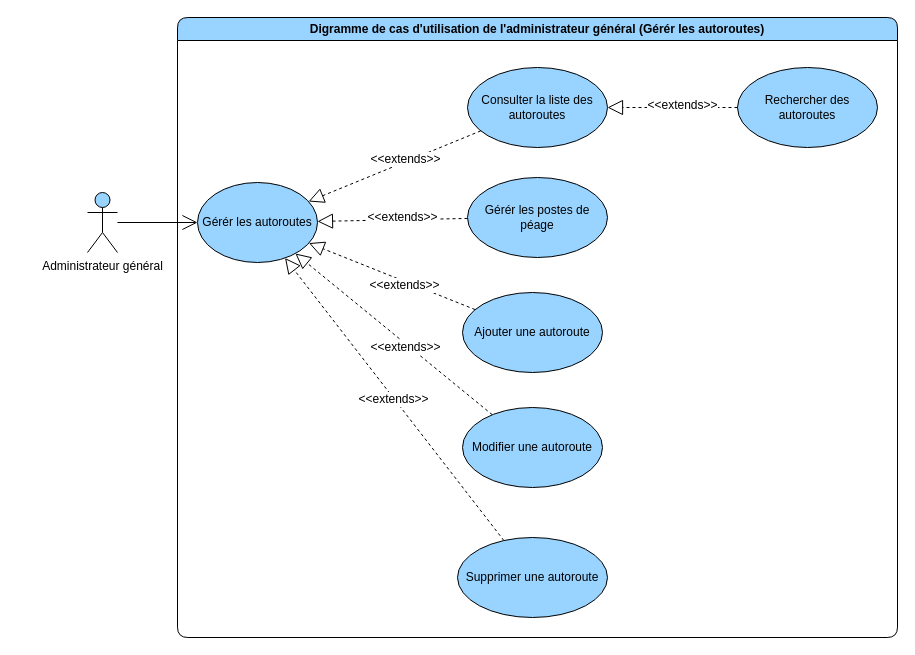
devlotfi/peage-pay keeps this draw.io diagram as page "gerer les autoroutes" (2 of 6) of diagrams/use-case/administrateur-general.drawio. Above is the earlier version. Source tidied: cells renumbered, new cells numbered last; positions are measured from the earlier drawing's top-left corner, leaving out a move shared by most shapes. Both pictures are drawn from the tidied source at 100%, with x=0, y=0 at pixel (87, 17).
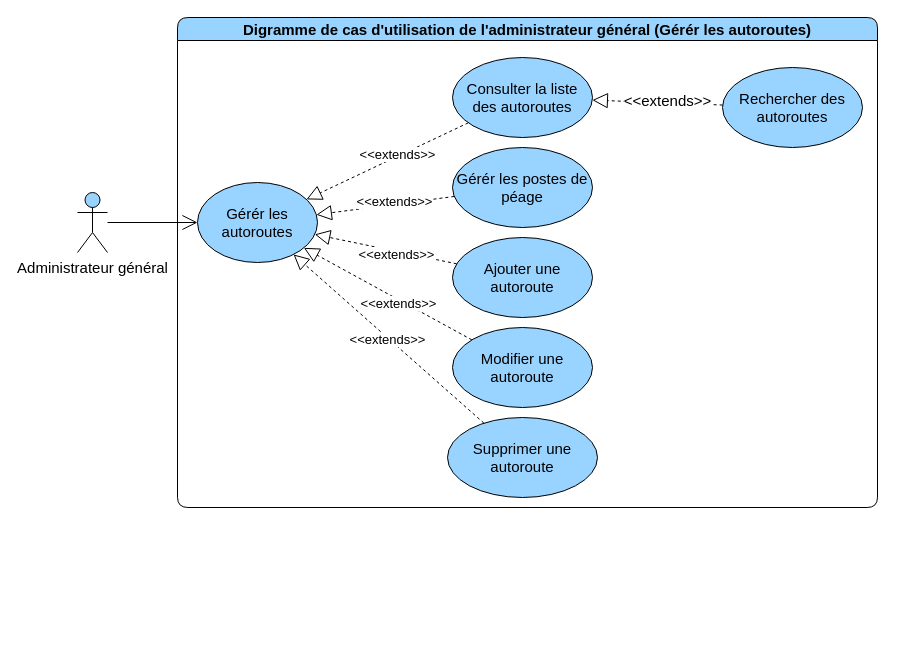
The same page after the edit.

Diff of the diagram source:
```diff
@@
-    <mxCell id="2" value="Digramme de cas d'utilisation de l'administrateur général (Gérér les autoroutes)" style="swimlane;whiteSpace=wrap;html=1;rounded=1;fillColor=#99D3FF;" parent="1" vertex="1">
-      <mxGeometry x="90" width="720" height="620" as="geometry" />
+    <mxCell id="2" value="Digramme de cas d'utilisation de l'administrateur général (Gérér les autoroutes)" style="swimlane;whiteSpace=wrap;html=1;rounded=1;fillColor=#99D3FF;fontSize=15;" parent="1" vertex="1">
+      <mxGeometry x="90" width="700" height="490" as="geometry" />
     </mxCell>
-    <mxCell id="3" value="Gérér les autoroutes" style="ellipse;whiteSpace=wrap;html=1;strokeColor=default;align=center;verticalAlign=middle;fontFamily=Helvetica;fontSize=12;fontColor=default;fillColor=#99D3FF;" parent="2" vertex="1">
+    <mxCell id="3" value="Gérér les autoroutes" style="ellipse;whiteSpace=wrap;html=1;strokeColor=default;align=center;verticalAlign=middle;fontFamily=Helvetica;fontSize=15;fontColor=default;fillColor=#99D3FF;" parent="2" vertex="1">
       <mxGeometry x="20" y="165" width="120" height="80" as="geometry" />
     </mxCell>
-    <mxCell id="4" style="edgeStyle=none;rounded=0;jettySize=auto;html=1;dashed=1;strokeColor=default;align=center;verticalAlign=middle;fontFamily=Helvetica;fontSize=12;fontColor=default;labelBackgroundColor=default;startSize=6;endArrow=block;endFill=0;endSize=13;" parent="2" edge="1" source="6" target="3">
+    <mxCell id="4" style="edgeStyle=none;rounded=0;jettySize=auto;html=1;dashed=1;strokeColor=default;align=center;verticalAlign=middle;fontFamily=Helvetica;fontSize=15;fontColor=default;labelBackgroundColor=default;startSize=6;endArrow=block;endFill=0;endSize=13;" parent="2" edge="1" source="6" target="3">
       <mxGeometry relative="1" as="geometry" />
     </mxCell>
-    <mxCell id="5" value="&amp;lt;&amp;lt;extends&amp;gt;&amp;gt;" style="edgeLabel;html=1;align=center;verticalAlign=middle;strokeColor=default;fontFamily=Helvetica;fontSize=12;fontColor=default;labelBackgroundColor=default;fillColor=#99D3FF;" parent="4" vertex="1">
+    <mxCell id="5" value="&amp;lt;&amp;lt;extends&amp;gt;&amp;gt;" style="edgeLabel;html=1;align=center;verticalAlign=middle;strokeColor=default;fontFamily=Helvetica;fontSize=13;fontColor=default;labelBackgroundColor=default;fillColor=#99D3FF;" parent="4" vertex="1">
       <mxGeometry x="-0.16" y="3" relative="1" as="geometry" />
     </mxCell>
-    <mxCell id="6" value="Ajouter une autoroute" style="ellipse;whiteSpace=wrap;html=1;strokeColor=default;align=center;verticalAlign=middle;fontFamily=Helvetica;fontSize=12;fontColor=default;fillColor=#99D3FF;" parent="2" vertex="1">
-      <mxGeometry x="285" y="275" width="140" height="80" as="geometry" />
+    <mxCell id="6" value="Ajouter une autoroute" style="ellipse;whiteSpace=wrap;html=1;strokeColor=default;align=center;verticalAlign=middle;fontFamily=Helvetica;fontSize=15;fontColor=default;fillColor=#99D3FF;" parent="2" vertex="1">
+      <mxGeometry x="275" y="220" width="140" height="80" as="geometry" />
     </mxCell>
-    <mxCell id="7" style="edgeStyle=none;rounded=0;jettySize=auto;html=1;dashed=1;strokeColor=default;align=center;verticalAlign=middle;fontFamily=Helvetica;fontSize=12;fontColor=default;labelBackgroundColor=default;startSize=6;endArrow=block;endFill=0;endSize=13;" parent="2" edge="1" source="9" target="3">
+    <mxCell id="7" style="edgeStyle=none;rounded=0;jettySize=auto;html=1;dashed=1;strokeColor=default;align=center;verticalAlign=middle;fontFamily=Helvetica;fontSize=15;fontColor=default;labelBackgroundColor=default;startSize=6;endArrow=block;endFill=0;endSize=13;" parent="2" edge="1" source="9" target="3">
       <mxGeometry relative="1" as="geometry" />
     </mxCell>
-    <mxCell id="8" value="&amp;lt;&amp;lt;extends&amp;gt;&amp;gt;" style="edgeLabel;html=1;align=center;verticalAlign=middle;strokeColor=default;fontFamily=Helvetica;fontSize=12;fontColor=default;labelBackgroundColor=default;fillColor=#99D3FF;" parent="7" vertex="1">
+    <mxCell id="8" value="&amp;lt;&amp;lt;extends&amp;gt;&amp;gt;" style="edgeLabel;html=1;align=center;verticalAlign=middle;strokeColor=default;fontFamily=Helvetica;fontSize=13;fontColor=default;labelBackgroundColor=default;fillColor=#99D3FF;" parent="7" vertex="1">
       <mxGeometry x="-0.13" y="3" relative="1" as="geometry" />
     </mxCell>
-    <mxCell id="9" value="Modifier une autoroute" style="ellipse;whiteSpace=wrap;html=1;strokeColor=default;align=center;verticalAlign=middle;fontFamily=Helvetica;fontSize=12;fontColor=default;fillColor=#99D3FF;" parent="2" vertex="1">
-      <mxGeometry x="285" y="390" width="140" height="80" as="geometry" />
+    <mxCell id="9" value="Modifier une autoroute" style="ellipse;whiteSpace=wrap;html=1;strokeColor=default;align=center;verticalAlign=middle;fontFamily=Helvetica;fontSize=15;fontColor=default;fillColor=#99D3FF;" parent="2" vertex="1">
+      <mxGeometry x="275" y="310" width="140" height="80" as="geometry" />
     </mxCell>
-    <mxCell id="10" style="edgeStyle=none;rounded=0;jettySize=auto;html=1;dashed=1;strokeColor=default;align=center;verticalAlign=middle;fontFamily=Helvetica;fontSize=12;fontColor=default;labelBackgroundColor=default;startSize=6;endArrow=block;endFill=0;endSize=13;" parent="2" edge="1" source="12" target="3">
+    <mxCell id="10" style="edgeStyle=none;rounded=0;jettySize=auto;html=1;dashed=1;strokeColor=default;align=center;verticalAlign=middle;fontFamily=Helvetica;fontSize=15;fontColor=default;labelBackgroundColor=default;startSize=6;endArrow=block;endFill=0;endSize=13;" parent="2" edge="1" source="12" target="3">
       <mxGeometry relative="1" as="geometry" />
     </mxCell>
-    <mxCell id="11" value="&amp;lt;&amp;lt;extends&amp;gt;&amp;gt;" style="edgeLabel;html=1;align=center;verticalAlign=middle;strokeColor=default;fontFamily=Helvetica;fontSize=12;fontColor=default;labelBackgroundColor=default;fillColor=#99D3FF;" parent="10" vertex="1">
+    <mxCell id="11" value="&amp;lt;&amp;lt;extends&amp;gt;&amp;gt;" style="edgeLabel;html=1;align=center;verticalAlign=middle;strokeColor=default;fontFamily=Helvetica;fontSize=13;fontColor=default;labelBackgroundColor=default;fillColor=#99D3FF;" parent="10" vertex="1">
       <mxGeometry x="0.01" y="1" relative="1" as="geometry" />
     </mxCell>
-    <mxCell id="12" value="Supprimer une autoroute" style="ellipse;whiteSpace=wrap;html=1;strokeColor=default;align=center;verticalAlign=middle;fontFamily=Helvetica;fontSize=12;fontColor=default;fillColor=#99D3FF;" parent="2" vertex="1">
-      <mxGeometry x="280" y="520" width="150" height="80" as="geometry" />
+    <mxCell id="12" value="Supprimer une autoroute" style="ellipse;whiteSpace=wrap;html=1;strokeColor=default;align=center;verticalAlign=middle;fontFamily=Helvetica;fontSize=15;fontColor=default;fillColor=#99D3FF;" parent="2" vertex="1">
+      <mxGeometry x="270" y="400" width="150" height="80" as="geometry" />
     </mxCell>
-    <mxCell id="13" style="edgeStyle=none;rounded=0;jettySize=auto;html=1;dashed=1;strokeColor=default;align=center;verticalAlign=middle;fontFamily=Helvetica;fontSize=12;fontColor=default;labelBackgroundColor=default;startSize=6;endArrow=block;endFill=0;endSize=13;" parent="2" edge="1" source="15" target="3">
+    <mxCell id="13" style="edgeStyle=none;rounded=0;jettySize=auto;html=1;dashed=1;strokeColor=default;align=center;verticalAlign=middle;fontFamily=Helvetica;fontSize=15;fontColor=default;labelBackgroundColor=default;startSize=6;endArrow=block;endFill=0;endSize=13;" parent="2" edge="1" source="15" target="3">
       <mxGeometry relative="1" as="geometry" />
     </mxCell>
-    <mxCell id="14" value="&amp;lt;&amp;lt;extends&amp;gt;&amp;gt;" style="edgeLabel;html=1;align=center;verticalAlign=middle;strokeColor=default;fontFamily=Helvetica;fontSize=12;fontColor=default;labelBackgroundColor=default;fillColor=#99D3FF;" parent="13" vertex="1">
+    <mxCell id="14" value="&amp;lt;&amp;lt;extends&amp;gt;&amp;gt;" style="edgeLabel;html=1;align=center;verticalAlign=middle;strokeColor=default;fontFamily=Helvetica;fontSize=13;fontColor=default;labelBackgroundColor=default;fillColor=#99D3FF;" parent="13" vertex="1">
       <mxGeometry x="-0.12" y="-3" relative="1" as="geometry">
         <mxPoint x="1" as="offset" />
       </mxGeometry>
     </mxCell>
-    <mxCell id="15" value="Consulter la liste des autoroutes" style="ellipse;whiteSpace=wrap;html=1;strokeColor=default;align=center;verticalAlign=middle;fontFamily=Helvetica;fontSize=12;fontColor=default;fillColor=#99D3FF;" parent="2" vertex="1">
-      <mxGeometry x="290" y="50" width="140" height="80" as="geometry" />
+    <mxCell id="15" value="Consulter la liste des autoroutes" style="ellipse;whiteSpace=wrap;html=1;strokeColor=default;align=center;verticalAlign=middle;fontFamily=Helvetica;fontSize=15;fontColor=default;fillColor=#99D3FF;" parent="2" vertex="1">
+      <mxGeometry x="275" y="40" width="140" height="80" as="geometry" />
     </mxCell>
-    <mxCell id="16" value="Rechercher des autoroutes" style="ellipse;whiteSpace=wrap;html=1;strokeColor=default;align=center;verticalAlign=middle;fontFamily=Helvetica;fontSize=12;fontColor=default;fillColor=#99D3FF;" parent="2" vertex="1">
-      <mxGeometry x="560" y="50" width="140" height="80" as="geometry" />
+    <mxCell id="16" value="Rechercher des autoroutes" style="ellipse;whiteSpace=wrap;html=1;strokeColor=default;align=center;verticalAlign=middle;fontFamily=Helvetica;fontSize=15;fontColor=default;fillColor=#99D3FF;" parent="2" vertex="1">
+      <mxGeometry x="545" y="50" width="140" height="80" as="geometry" />
     </mxCell>
-    <mxCell id="17" style="edgeStyle=none;rounded=0;jettySize=auto;html=1;dashed=1;strokeColor=default;align=center;verticalAlign=middle;fontFamily=Helvetica;fontSize=12;fontColor=default;labelBackgroundColor=default;startSize=6;endArrow=block;endFill=0;endSize=13;" parent="2" edge="1" source="16" target="15">
+    <mxCell id="17" style="edgeStyle=none;rounded=0;jettySize=auto;html=1;dashed=1;strokeColor=default;align=center;verticalAlign=middle;fontFamily=Helvetica;fontSize=15;fontColor=default;labelBackgroundColor=default;startSize=6;endArrow=block;endFill=0;endSize=13;" parent="2" edge="1" source="16" target="15">
       <mxGeometry relative="1" as="geometry" />
     </mxCell>
-    <mxCell id="18" value="&amp;lt;&amp;lt;extends&amp;gt;&amp;gt;" style="edgeLabel;html=1;align=center;verticalAlign=middle;strokeColor=default;fontFamily=Helvetica;fontSize=12;fontColor=default;labelBackgroundColor=default;fillColor=#99D3FF;" parent="17" vertex="1">
+    <mxCell id="18" value="&amp;lt;&amp;lt;extends&amp;gt;&amp;gt;" style="edgeLabel;html=1;align=center;verticalAlign=middle;strokeColor=default;fontFamily=Helvetica;fontSize=15;fontColor=default;labelBackgroundColor=default;fillColor=#99D3FF;" parent="17" vertex="1">
       <mxGeometry x="-0.12" y="-3" relative="1" as="geometry">
         <mxPoint x="1" as="offset" />
       </mxGeometry>
     </mxCell>
-    <mxCell id="19" value="Gérér les postes de péage" style="ellipse;whiteSpace=wrap;html=1;strokeColor=default;align=center;verticalAlign=middle;fontFamily=Helvetica;fontSize=12;fontColor=default;fillColor=#99D3FF;" parent="2" vertex="1">
-      <mxGeometry x="290" y="160" width="140" height="80" as="geometry" />
+    <mxCell id="19" value="Gérér les postes de péage" style="ellipse;whiteSpace=wrap;html=1;strokeColor=default;align=center;verticalAlign=middle;fontFamily=Helvetica;fontSize=15;fontColor=default;fillColor=#99D3FF;" parent="2" vertex="1">
+      <mxGeometry x="275" y="130" width="140" height="80" as="geometry" />
     </mxCell>
-    <mxCell id="20" style="edgeStyle=none;rounded=0;jettySize=auto;html=1;dashed=1;strokeColor=default;align=center;verticalAlign=middle;fontFamily=Helvetica;fontSize=12;fontColor=default;labelBackgroundColor=default;startSize=6;endArrow=block;endFill=0;endSize=13;" parent="2" edge="1" source="19" target="3">
+    <mxCell id="20" style="edgeStyle=none;rounded=0;jettySize=auto;html=1;dashed=1;strokeColor=default;align=center;verticalAlign=middle;fontFamily=Helvetica;fontSize=15;fontColor=default;labelBackgroundColor=default;startSize=6;endArrow=block;endFill=0;endSize=13;" parent="2" edge="1" source="19" target="3">
       <mxGeometry relative="1" as="geometry" />
     </mxCell>
-    <mxCell id="21" value="&amp;lt;&amp;lt;extends&amp;gt;&amp;gt;" style="edgeLabel;html=1;align=center;verticalAlign=middle;strokeColor=default;fontFamily=Helvetica;fontSize=12;fontColor=default;labelBackgroundColor=default;fillColor=#99D3FF;" parent="20" vertex="1">
+    <mxCell id="21" value="&amp;lt;&amp;lt;extends&amp;gt;&amp;gt;" style="edgeLabel;html=1;align=center;verticalAlign=middle;strokeColor=default;fontFamily=Helvetica;fontSize=13;fontColor=default;labelBackgroundColor=default;fillColor=#99D3FF;" parent="20" vertex="1">
       <mxGeometry x="-0.12" y="-3" relative="1" as="geometry">
         <mxPoint x="1" as="offset" />
       </mxGeometry>
     </mxCell>
-    <mxCell id="22" style="rounded=0;jettySize=auto;html=1;fontFamily=Helvetica;fontSize=12;fontColor=default;endArrow=open;endFill=0;startSize=6;endSize=13;" parent="1" edge="1" source="23" target="3">
+    <mxCell id="22" style="rounded=0;jettySize=auto;html=1;fontFamily=Helvetica;fontSize=15;fontColor=default;endArrow=open;endFill=0;startSize=6;endSize=13;" parent="1" edge="1" source="23" target="3">
       <mxGeometry relative="1" as="geometry" />
     </mxCell>
-    <mxCell id="23" value="Administrateur général" style="shape=umlActor;verticalLabelPosition=bottom;verticalAlign=top;html=1;outlineConnect=0;strokeColor=default;align=center;fontFamily=Helvetica;fontSize=12;fontColor=default;fillColor=#99D3FF;" parent="1" vertex="1">
-      <mxGeometry y="175" width="30" height="60" as="geometry" />
+    <mxCell id="23" value="Administrateur général" style="shape=umlActor;verticalLabelPosition=bottom;verticalAlign=top;html=1;outlineConnect=0;strokeColor=default;align=center;fontFamily=Helvetica;fontSize=15;fontColor=default;fillColor=#99D3FF;" parent="1" vertex="1">
+      <mxGeometry x="-10" y="175" width="30" height="60" as="geometry" />
     </mxCell>
```
